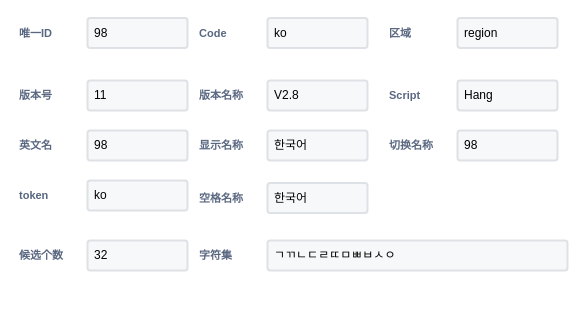
The draw.io diagram drawio/语言基本信息.drawio in chonglv/charts, before the edit. Source tidied: cells renumbered, new cells numbered last; positions are measured from the earlier drawing's top-left corner, leaving out a move shared by most shapes. Both pictures are drawn from the tidied source at 100%, with x=0, y=0 at pixel (17, 18).
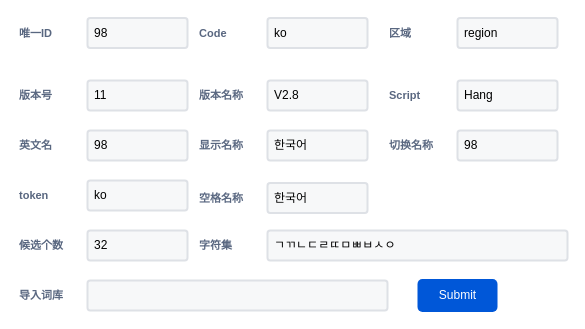
The same diagram, later.

Commit message (it also covers changes not shown here):
更新语言基本信息.drawio

Change to the diagram source:
```diff
@@
     <mxCell id="22" value="候选个数" style="fillColor=none;strokeColor=none;html=1;fontSize=11;fontStyle=0;align=left;fontColor=#596780;fontStyle=1;fontSize=11;" parent="1" vertex="1">
-      <mxGeometry y="227" width="60" height="20" as="geometry" />
+      <mxGeometry y="217" width="60" height="20" as="geometry" />
     </mxCell>
     <mxCell id="23" value="32" style="rounded=1;arcSize=9;fillColor=#F7F8F9;align=left;spacingLeft=5;strokeColor=#DEE1E6;html=1;strokeWidth=2;fontSize=12;" parent="1" vertex="1">
-      <mxGeometry x="70" y="222" width="100" height="30" as="geometry" />
+      <mxGeometry x="70" y="212" width="100" height="30" as="geometry" />
     </mxCell>
     <mxCell id="24" value="字符集" style="fillColor=none;strokeColor=none;html=1;fontSize=11;fontStyle=0;align=left;fontColor=#596780;fontStyle=1;fontSize=11;" parent="1" vertex="1">
-      <mxGeometry x="180" y="227" width="60" height="20" as="geometry" />
+      <mxGeometry x="180" y="217" width="60" height="20" as="geometry" />
     </mxCell>
     <mxCell id="25" value="ㄱㄲㄴㄷㄹㄸㅁㅃㅂㅅㅇ" style="rounded=1;arcSize=9;fillColor=#F7F8F9;align=left;spacingLeft=5;strokeColor=#DEE1E6;html=1;strokeWidth=2;fontSize=12;" parent="1" vertex="1">
-      <mxGeometry x="250" y="222" width="300" height="30" as="geometry" />
+      <mxGeometry x="250" y="212" width="300" height="30" as="geometry" />
     </mxCell>
@@
+    <mxCell id="28" value="导入词库" style="fillColor=none;strokeColor=none;html=1;fontSize=11;fontStyle=0;align=left;fontColor=#596780;fontStyle=1;fontSize=11;" parent="1" vertex="1">
+      <mxGeometry y="267" width="60" height="20" as="geometry" />
+    </mxCell>
+    <mxCell id="29" style="rounded=1;arcSize=9;fillColor=#F7F8F9;align=left;spacingLeft=5;strokeColor=#DEE1E6;html=1;strokeWidth=2;fontSize=12;" parent="1" vertex="1">
+      <mxGeometry x="70" y="262" width="300" height="30" as="geometry" />
+    </mxCell>
+    <mxCell id="30" value="Submit" style="rounded=1;fillColor=#0057D8;align=center;strokeColor=none;html=1;fontColor=#ffffff;fontSize=12;" parent="1" vertex="1">
+      <mxGeometry x="400" y="260.5" width="80" height="33" as="geometry" />
+    </mxCell>
```
